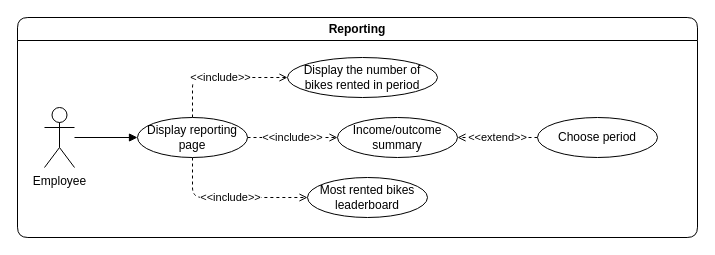
Above: page "UC - Statistics" (5 of 6) of diagrams.drawio in KrazyManJ/jolt (draw.io), before the change. Source tidied: cells renumbered, new cells numbered last; positions are measured from the earlier drawing's top-left corner, leaving out a move shared by most shapes. Both pictures are drawn from the tidied source at 100%, with x=0, y=0 at pixel (17, 17).
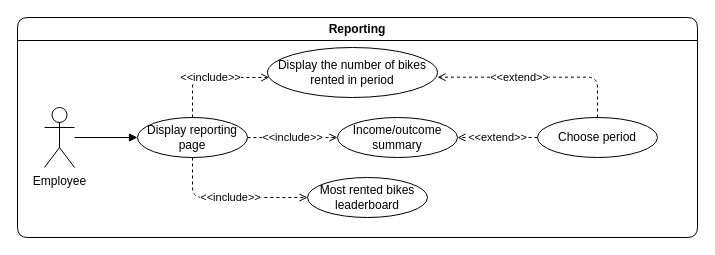
Above is the later version.

The edit, as a diff of the source:
```diff
@@
 <mxGraphModel>
   <root>
     <mxCell id="0" />
     <mxCell id="1" parent="0" />
     <mxCell id="2" value="Reporting" style="swimlane;whiteSpace=wrap;html=1;strokeWidth=1;rounded=1;" parent="1" vertex="1">
       <mxGeometry width="680" height="220" as="geometry" />
     </mxCell>
     <mxCell id="3" style="edgeStyle=orthogonalEdgeStyle;rounded=1;jumpStyle=gap;jumpSize=10;jettySize=auto;html=1;fontSize=11;endArrow=block;endFill=1;" parent="2" edge="1" source="4" target="8">
       <mxGeometry relative="1" as="geometry" />
     </mxCell>
     <mxCell id="4" value="Employee" style="shape=umlActor;verticalLabelPosition=bottom;verticalAlign=top;html=1;outlineConnect=0;" parent="2" vertex="1">
       <mxGeometry x="27" y="90" width="30" height="60" as="geometry" />
     </mxCell>
     <mxCell id="5" value="&amp;lt;&amp;lt;include&amp;gt;&amp;gt;" style="edgeStyle=orthogonalEdgeStyle;rounded=1;jumpStyle=gap;jumpSize=10;jettySize=auto;html=1;fontSize=11;endArrow=open;endFill=0;dashed=1;" parent="2" edge="1" source="8" target="11">
       <mxGeometry relative="1" as="geometry">
         <Array as="points">
           <mxPoint x="175" y="180" />
         </Array>
       </mxGeometry>
     </mxCell>
     <mxCell id="6" value="&amp;lt;&amp;lt;include&amp;gt;&amp;gt;" style="edgeStyle=orthogonalEdgeStyle;rounded=1;jumpStyle=gap;jumpSize=10;jettySize=auto;html=1;fontSize=11;endArrow=open;endFill=0;dashed=1;" parent="2" edge="1" source="8" target="9">
       <mxGeometry relative="1" as="geometry" />
     </mxCell>
     <mxCell id="7" value="&amp;lt;&amp;lt;include&amp;gt;&amp;gt;" style="edgeStyle=orthogonalEdgeStyle;rounded=1;jumpStyle=gap;jumpSize=10;jettySize=auto;html=1;fontSize=11;endArrow=open;endFill=0;dashed=1;" parent="2" edge="1" source="8" target="10">
       <mxGeometry relative="1" as="geometry">
         <Array as="points">
           <mxPoint x="175" y="60" />
         </Array>
       </mxGeometry>
     </mxCell>
     <mxCell id="8" value="Display reporting page" style="ellipse;whiteSpace=wrap;html=1;" parent="2" vertex="1">
       <mxGeometry x="120" y="100" width="110" height="40" as="geometry" />
     </mxCell>
     <mxCell id="9" value="Income/outcome summary" style="ellipse;whiteSpace=wrap;html=1;" parent="2" vertex="1">
       <mxGeometry x="320" y="100" width="120" height="40" as="geometry" />
     </mxCell>
     <mxCell id="10" value="Display the number of bikes rented in period" style="ellipse;whiteSpace=wrap;html=1;" parent="2" vertex="1">
-      <mxGeometry x="270" y="40" width="150" height="40" as="geometry" />
+      <mxGeometry x="250" y="30" width="170" height="50" as="geometry" />
     </mxCell>
     <mxCell id="11" value="Most rented bikes leaderboard" style="ellipse;whiteSpace=wrap;html=1;" parent="2" vertex="1">
       <mxGeometry x="290" y="160" width="120" height="40" as="geometry" />
     </mxCell>
     <mxCell id="12" value="&amp;lt;&amp;lt;extend&amp;gt;&amp;gt;" style="edgeStyle=orthogonalEdgeStyle;rounded=1;jumpStyle=gap;jumpSize=10;jettySize=auto;html=1;dashed=1;fontSize=11;endArrow=open;endFill=0;" parent="2" edge="1" source="13" target="9">
       <mxGeometry relative="1" as="geometry" />
     </mxCell>
     <mxCell id="13" value="Choose period" style="ellipse;whiteSpace=wrap;html=1;" parent="2" vertex="1">
       <mxGeometry x="520" y="100" width="120" height="40" as="geometry" />
     </mxCell>
+    <mxCell id="14" value="&amp;lt;&amp;lt;extend&amp;gt;&amp;gt;" style="edgeStyle=orthogonalEdgeStyle;rounded=1;jumpStyle=gap;jumpSize=10;jettySize=auto;html=1;dashed=1;fontSize=11;endArrow=open;endFill=0;exitX=0.5;exitY=0;exitDx=0;exitDy=0;" parent="2" edge="1" source="13">
+      <mxGeometry x="0.18" relative="1" as="geometry">
+        <mxPoint x="420" y="59.7" as="targetPoint" />
+        <Array as="points">
+          <mxPoint x="580" y="60" />
+        </Array>
+      </mxGeometry>
+    </mxCell>
   </root>
 </mxGraphModel>
```
